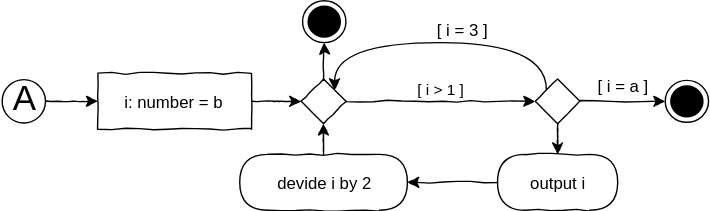
Above: X01_Appendix/UML/LoopComplex.svg in JirkaDellOro/EIA2-Inverted (draw.io), before the change. Source tidied: cells renumbered, new cells last; positions are measured from the earlier drawing's top-left corner, leaving out a move shared by most shapes.
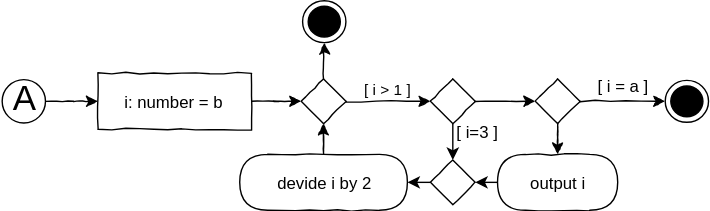
Later version of the same file.

The edit, as a diff of the source:
```diff
@@ -2,6 +2,9 @@
   <root>
     <mxCell id="0" />
     <mxCell id="1" parent="0" />
+    <mxCell id="21" style="edgeStyle=none;rounded=0;jettySize=auto;html=1;" parent="1" edge="1" source="2" target="27">
+      <mxGeometry relative="1" as="geometry" />
+    </mxCell>
     <mxCell id="2" value="output i" style="rounded=1;whiteSpace=wrap;html=1;absoluteArcSize=1;arcSize=50;strokeWidth=1;shadow=0;comic=1;" parent="1" vertex="1">
       <mxGeometry x="355" y="110" width="86" height="40" as="geometry" />
     </mxCell>
@@ -26,24 +29,19 @@
     <mxCell id="9" style="edgeStyle=orthogonalEdgeStyle;rounded=0;jettySize=auto;html=1;comic=1;" parent="1" edge="1" source="17" target="8">
       <mxGeometry relative="1" as="geometry" />
     </mxCell>
-    <mxCell id="10" style="edgeStyle=orthogonalEdgeStyle;rounded=0;comic=1;jettySize=auto;html=1;" parent="1" edge="1" source="13" target="2">
+    <mxCell id="10" style="edgeStyle=orthogonalEdgeStyle;rounded=0;comic=1;jettySize=auto;html=1;" parent="1" edge="1" source="24" target="2">
       <mxGeometry relative="1" as="geometry" />
     </mxCell>
-    <mxCell id="11" style="rounded=0;comic=1;jettySize=auto;html=1;exitX=0;exitY=0;exitDx=0;exitDy=0;entryX=1;entryY=0;entryDx=0;entryDy=0;edgeStyle=orthogonalEdgeStyle;curved=1;" parent="1" edge="1" source="13" target="6">
-      <mxGeometry relative="1" as="geometry">
-        <Array as="points">
-          <mxPoint x="390" y="30" />
-          <mxPoint x="239" y="30" />
-        </Array>
-      </mxGeometry>
-    </mxCell>
-    <mxCell id="12" value="[ i = 3 ]" style="text;html=1;align=center;verticalAlign=bottom;labelBackgroundColor=#ffffff;" parent="11" vertex="1">
-      <mxGeometry x="-0.1" y="-5" relative="1" as="geometry">
-        <mxPoint x="5" y="5" as="offset" />
-      </mxGeometry>
-    </mxCell>
+    <mxCell id="22" style="edgeStyle=none;rounded=0;jettySize=auto;html=1;" parent="1" edge="1" source="13" target="27">
+      <mxGeometry relative="1" as="geometry" />
+    </mxCell>
+    <mxCell id="23" value="[ i=3 ]" style="text;html=1;align=center;verticalAlign=middle;labelBackgroundColor=#ffffff;" parent="22" vertex="1">
+      <mxGeometry x="0.35" y="1" relative="1" as="geometry">
+        <mxPoint x="17" y="-11.5" as="offset" />
+      </mxGeometry>
+    </mxCell>
     <mxCell id="13" style="rhombus;whiteSpace=wrap;html=1;rounded=0;shadow=0;glass=0;comic=1;strokeColor=#000000;align=left;" parent="1" vertex="1">
-      <mxGeometry x="382" y="56" width="32" height="32" as="geometry" />
+      <mxGeometry x="307" y="56" width="32" height="32" as="geometry" />
     </mxCell>
     <mxCell id="14" style="edgeStyle=orthogonalEdgeStyle;rounded=0;comic=1;jettySize=auto;html=1;" parent="1" edge="1" source="15" target="6">
       <mxGeometry relative="1" as="geometry" />
@@ -51,20 +49,13 @@
     <mxCell id="15" value="devide i by 2" style="rounded=1;whiteSpace=wrap;html=1;absoluteArcSize=1;arcSize=50;strokeWidth=1;shadow=0;comic=1;" parent="1" vertex="1">
       <mxGeometry x="170.5" y="110" width="120" height="40" as="geometry" />
     </mxCell>
-    <mxCell id="16" style="edgeStyle=orthogonalEdgeStyle;rounded=0;comic=1;jettySize=auto;html=1;" parent="1" edge="1" source="2" target="15">
-      <mxGeometry relative="1" as="geometry">
-        <Array as="points">
-          <mxPoint x="428" y="130" />
-        </Array>
-      </mxGeometry>
-    </mxCell>
     <mxCell id="17" value="&lt;font style=&quot;font-size: 25px ; line-height: 60%&quot;&gt;A&lt;/font&gt;" style="ellipse;whiteSpace=wrap;html=1;rounded=0;shadow=0;comic=1;strokeWidth=1;fillColor=#FFFFFF;" parent="1" vertex="1">
       <mxGeometry x="0.5" y="56.5" width="31" height="31" as="geometry" />
     </mxCell>
     <mxCell id="18" style="ellipse;html=1;shape=endState;fillColor=#000000;strokeColor=#000000;comic=1;" parent="1" vertex="1">
       <mxGeometry x="475" y="57" width="31" height="30" as="geometry" />
     </mxCell>
-    <mxCell id="19" style="edgeStyle=orthogonalEdgeStyle;rounded=0;comic=1;jettySize=auto;html=1;" parent="1" edge="1" source="13" target="18">
+    <mxCell id="19" style="edgeStyle=orthogonalEdgeStyle;rounded=0;comic=1;jettySize=auto;html=1;" parent="1" edge="1" source="24" target="18">
       <mxGeometry relative="1" as="geometry" />
     </mxCell>
     <mxCell id="20" value="[ i = a ]" style="text;html=1;align=center;verticalAlign=bottom;labelBackgroundColor=#ffffff;labelPosition=center;verticalLabelPosition=middle;" parent="19" vertex="1">
@@ -72,5 +63,17 @@
         <mxPoint y="8" as="offset" />
       </mxGeometry>
     </mxCell>
+    <mxCell id="24" style="rhombus;whiteSpace=wrap;html=1;rounded=0;shadow=0;glass=0;comic=1;strokeColor=#000000;align=left;" parent="1" vertex="1">
+      <mxGeometry x="382" y="56" width="32" height="32" as="geometry" />
+    </mxCell>
+    <mxCell id="25" style="edgeStyle=orthogonalEdgeStyle;rounded=0;comic=1;jettySize=auto;html=1;" parent="1" edge="1" source="13" target="24">
+      <mxGeometry relative="1" as="geometry" />
+    </mxCell>
+    <mxCell id="26" style="edgeStyle=none;rounded=0;jettySize=auto;html=1;" parent="1" edge="1" source="27" target="15">
+      <mxGeometry relative="1" as="geometry" />
+    </mxCell>
+    <mxCell id="27" style="rhombus;whiteSpace=wrap;html=1;rounded=0;shadow=0;glass=0;comic=1;strokeColor=#000000;align=left;" parent="1" vertex="1">
+      <mxGeometry x="307" y="114" width="32" height="32" as="geometry" />
+    </mxCell>
   </root>
 </mxGraphModel>
```
